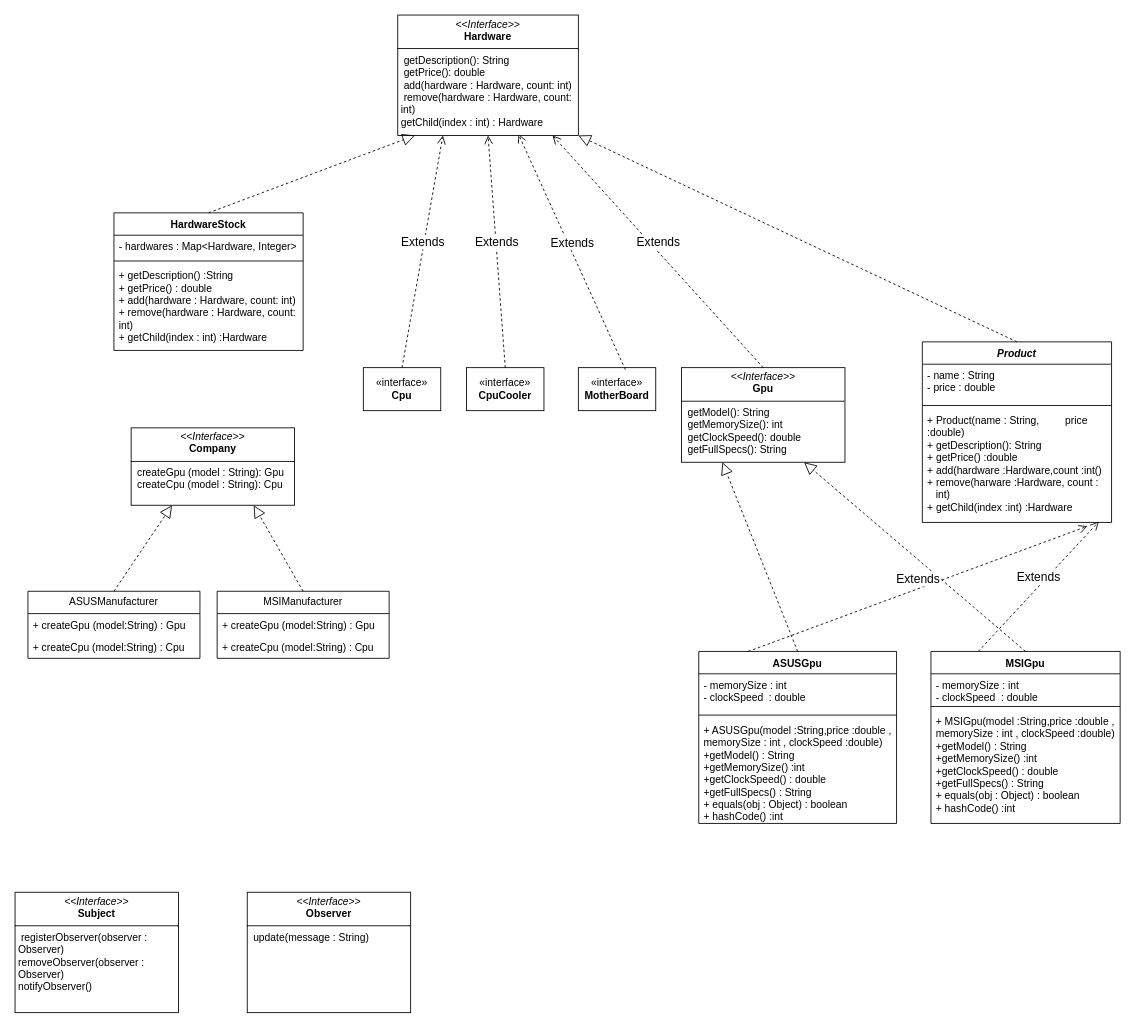
Goktugberke/pattern keeps this draw.io diagram as Başlıksız Diyagram.drawio. Above is the earlier version. Source tidied: cells renumbered, new cells numbered last; positions are measured from the earlier drawing's top-left corner, leaving out a move shared by most shapes. Both pictures are drawn from the tidied source at 86%, with x=0, y=0 at pixel (15, 15).
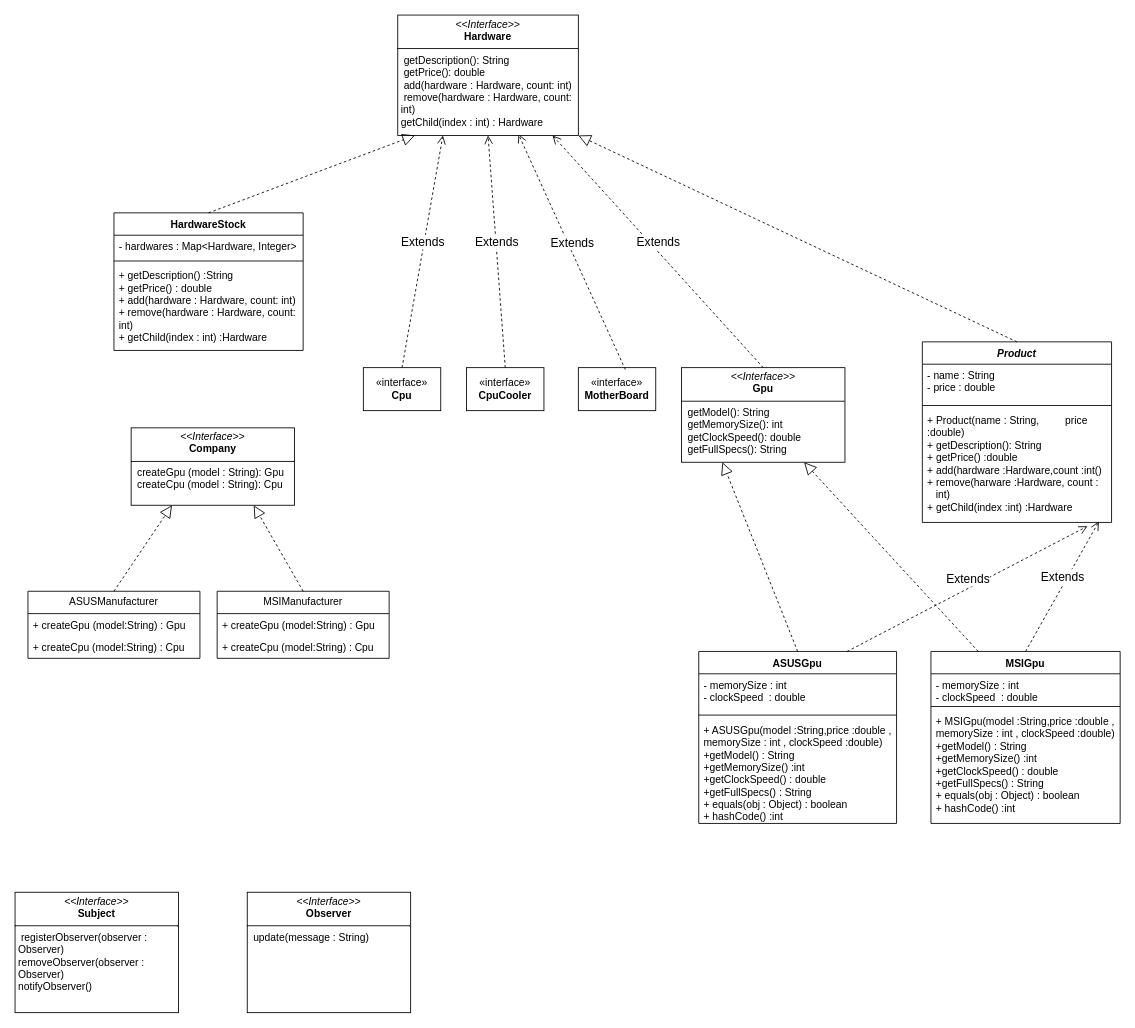
After the change.

Unchanged cells that the change refers to:
```xml
<mxCell id="5" value="ASUSGpu" style="swimlane;fontStyle=1;align=center;verticalAlign=top;horizontal=1;startSize=26;whiteSpace=wrap;html=1;" parent="1" vertex="1">
  <mxGeometry x="795" y="740" width="230" height="200" as="geometry" />
</mxCell>
<mxCell id="9" value="&lt;p style=&quot;margin:0px;margin-top:4px;text-align:center;&quot;&gt;&lt;i&gt;&amp;lt;&amp;lt;Interface&amp;gt;&amp;gt;&lt;/i&gt;&lt;br&gt;&lt;b&gt;Gpu&lt;/b&gt;&lt;/p&gt;&lt;hr size=&quot;1&quot; style=&quot;border-style:solid;&quot;&gt;&lt;p style=&quot;margin:0px;margin-left:4px;&quot;&gt;&amp;nbsp;getModel(): String&lt;br&gt;&amp;nbsp;getMemorySize(): int&lt;/p&gt;&lt;p style=&quot;margin:0px;margin-left:4px;&quot;&gt;&amp;nbsp;getClockSpeed(): double&lt;/p&gt;&lt;p style=&quot;margin:0px;margin-left:4px;&quot;&gt;&amp;nbsp;getFullSpecs(): String&lt;/p&gt;" style="verticalAlign=top;align=left;overflow=fill;html=1;whiteSpace=wrap;" parent="1" vertex="1">
  <mxGeometry x="775" y="410" width="190" height="110" as="geometry" />
</mxCell>
<mxCell id="10" value="MSIGpu" style="swimlane;fontStyle=1;align=center;verticalAlign=top;horizontal=1;startSize=26;whiteSpace=wrap;html=1;" parent="1" vertex="1">
  <mxGeometry x="1065" y="740" width="220" height="200" as="geometry" />
</mxCell>
<mxCell id="19" value="+ Product(name : String,&amp;nbsp; &amp;nbsp; &amp;nbsp; &amp;nbsp; &amp;nbsp;price :double)&lt;div&gt;+ getDescription(): String&lt;/div&gt;&lt;div&gt;+ getPrice() :double&lt;/div&gt;&lt;div&gt;+ add(hardware :Hardware,count :int()&lt;/div&gt;&lt;div&gt;+ remove(harware :Hardware, count :&amp;nbsp; &amp;nbsp; &amp;nbsp; &amp;nbsp;int)&lt;/div&gt;&lt;div&gt;+ getChild(index :int) :Hardware&lt;/div&gt;" style="text;strokeColor=none;fillColor=none;align=left;verticalAlign=top;spacingLeft=4;spacingRight=4;overflow=hidden;points=[[0,0.5],[1,0.5]];portConstraint=eastwest;whiteSpace=wrap;html=1;" parent="16" vertex="1">
  <mxGeometry y="78" width="220" height="132" as="geometry" />
</mxCell>
```

Change to the diagram source:
```diff
@@
-    <mxCell id="14" style="endArrow=block;dashed=1;endFill=0;endSize=12;html=1;rounded=0;entryX=0.75;entryY=1;entryDx=0;entryDy=0;exitX=0.5;exitY=0;exitDx=0;exitDy=0;" parent="1" edge="1" source="10" target="9">
+    <mxCell id="14" style="endArrow=block;dashed=1;endFill=0;endSize=12;html=1;rounded=0;entryX=0.75;entryY=1;entryDx=0;entryDy=0;exitX=0.25;exitY=0;exitDx=0;exitDy=0;" parent="1" edge="1" source="10" target="9">
       <mxGeometry relative="1" as="geometry" />
     </mxCell>
@@
-    <mxCell id="42" value="&lt;font style=&quot;font-size: 14px;&quot;&gt;Extends&lt;/font&gt;" style="html=1;verticalAlign=bottom;endArrow=open;dashed=1;endSize=8;curved=0;rounded=0;entryX=0.873;entryY=1.033;entryDx=0;entryDy=0;exitX=0.25;exitY=0;exitDx=0;exitDy=0;entryPerimeter=0;" parent="1" edge="1" source="5" target="19">
+    <mxCell id="42" value="&lt;font style=&quot;font-size: 14px;&quot;&gt;Extends&lt;/font&gt;" style="html=1;verticalAlign=bottom;endArrow=open;dashed=1;endSize=8;curved=0;rounded=0;entryX=0.873;entryY=1.033;entryDx=0;entryDy=0;exitX=0.75;exitY=0;exitDx=0;exitDy=0;entryPerimeter=0;" parent="1" edge="1" source="5" target="19">
       <mxGeometry relative="1" as="geometry" />
     </mxCell>
-    <mxCell id="43" value="&lt;font style=&quot;font-size: 14px;&quot;&gt;Extends&lt;/font&gt;" style="html=1;verticalAlign=bottom;endArrow=open;dashed=1;endSize=8;curved=0;rounded=0;entryX=0.933;entryY=0.992;entryDx=0;entryDy=0;exitX=0.25;exitY=0;exitDx=0;exitDy=0;entryPerimeter=0;" parent="1" edge="1" source="10" target="19">
+    <mxCell id="43" value="&lt;font style=&quot;font-size: 14px;&quot;&gt;Extends&lt;/font&gt;" style="html=1;verticalAlign=bottom;endArrow=open;dashed=1;endSize=8;curved=0;rounded=0;entryX=0.933;entryY=0.992;entryDx=0;entryDy=0;exitX=0.5;exitY=0;exitDx=0;exitDy=0;entryPerimeter=0;" parent="1" edge="1" source="10" target="19">
       <mxGeometry relative="1" as="geometry" />
     </mxCell>
```
